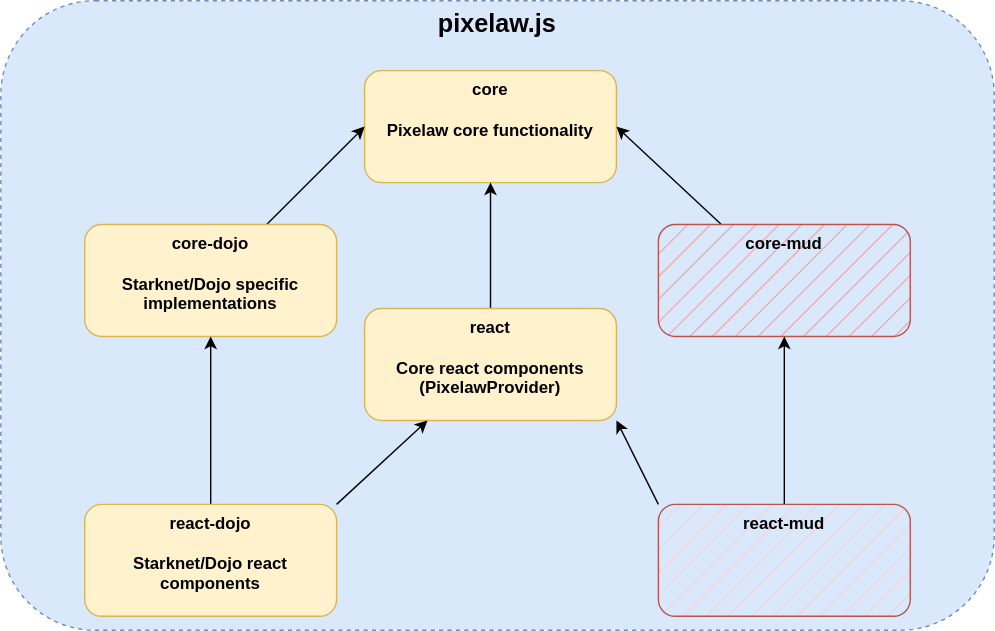
Above: doc/overview.svg in pixelaw/pixelaw.js (draw.io), before the change. Source tidied: cells renumbered, new cells last; positions are measured from the earlier drawing's top-left corner, leaving out a move shared by most shapes.
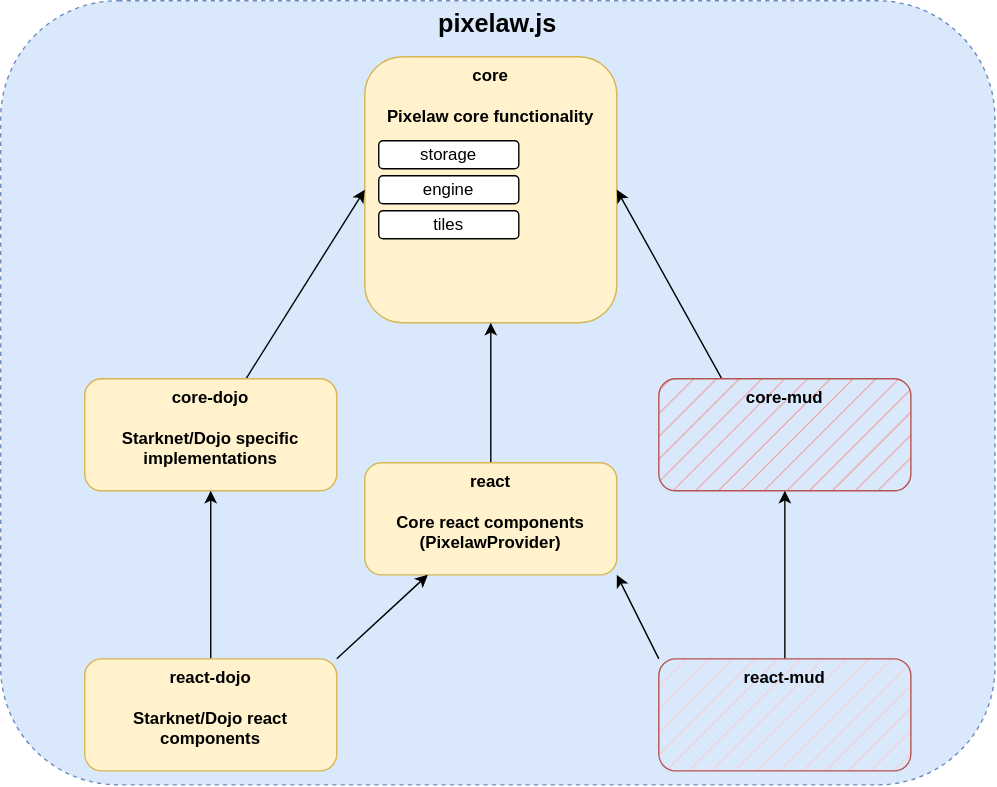
The same diagram one commit later.

Diff of the diagram source:
```diff
@@ -3,10 +3,10 @@
     <mxCell id="0" />
     <mxCell id="1" parent="0" />
     <mxCell id="2" value="pixelaw.js" style="rounded=1;whiteSpace=wrap;html=1;horizontal=1;verticalAlign=top;fontSize=18;fontStyle=1;dashed=1;fillColor=#dae8fc;strokeColor=#6c8ebf;" parent="1" vertex="1">
-      <mxGeometry width="710" height="450" as="geometry" />
+      <mxGeometry y="-110" width="710" height="560" as="geometry" />
     </mxCell>
     <mxCell id="3" value="core&lt;br&gt;&lt;br&gt;Pixelaw core functionality" style="rounded=1;whiteSpace=wrap;html=1;horizontal=1;verticalAlign=top;fontSize=12;fontStyle=1;fillColor=#fff2cc;strokeColor=#d6b656;" parent="1" vertex="1">
-      <mxGeometry x="260" y="50" width="180" height="80" as="geometry" />
+      <mxGeometry x="260" y="-70" width="180" height="190" as="geometry" />
     </mxCell>
     <mxCell id="4" style="edgeStyle=orthogonalEdgeStyle;rounded=0;jettySize=auto;html=1;" parent="1" edge="1" source="5" target="3">
       <mxGeometry relative="1" as="geometry" />
@@ -44,5 +44,14 @@
     <mxCell id="15" value="react-mud" style="rounded=1;whiteSpace=wrap;html=1;horizontal=1;verticalAlign=top;fontSize=12;fontStyle=1;fillColor=#f8cecc;strokeColor=#b85450;gradientColor=none;fillStyle=hatch;" parent="1" vertex="1">
       <mxGeometry x="470" y="360" width="180" height="80" as="geometry" />
     </mxCell>
+    <mxCell id="16" value="storage" style="rounded=1;whiteSpace=wrap;html=1;" parent="1" vertex="1">
+      <mxGeometry x="270" y="-10" width="100" height="20" as="geometry" />
+    </mxCell>
+    <mxCell id="17" value="engine" style="rounded=1;whiteSpace=wrap;html=1;" parent="1" vertex="1">
+      <mxGeometry x="270" y="15" width="100" height="20" as="geometry" />
+    </mxCell>
+    <mxCell id="18" value="tiles" style="rounded=1;whiteSpace=wrap;html=1;" parent="1" vertex="1">
+      <mxGeometry x="270" y="40" width="100" height="20" as="geometry" />
+    </mxCell>
   </root>
 </mxGraphModel>
```
